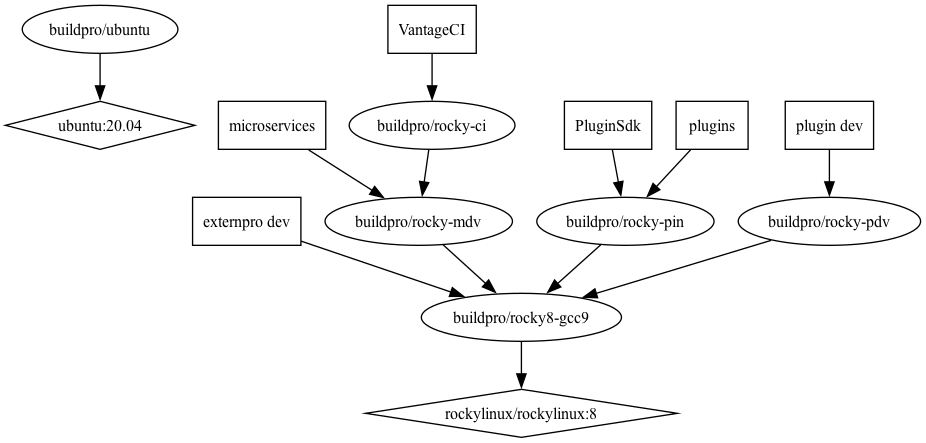
This is graph/graph.png from externpro/externpro, a Graphviz export, as it was before one commit. Its source is kept beside it as graph/graph.dot.
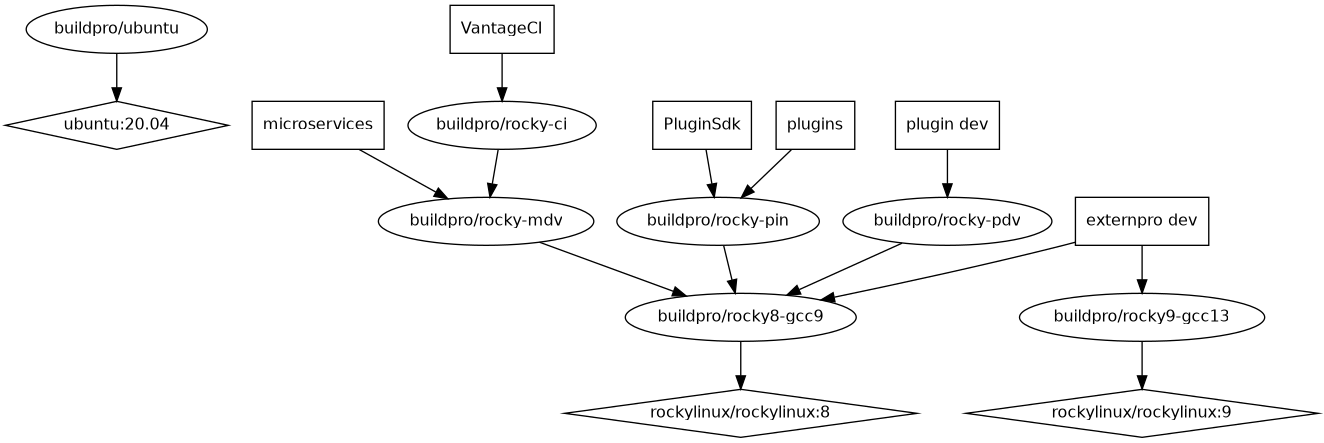
Later version of the same file.

Commit message:
graph: add rocky9-gcc13

based on rockylinux/rockylinux:9
issue https://github.com/externpro/externpro/issues/246
dot -Tpng -o graph.png graph.dot

What changed in the source:
```diff
@@ -2,6 +2,7 @@
   node [fontsize=12];
   "ubuntu:20.04" [shape=diamond];
   "rockylinux/rockylinux:8" [shape=diamond];
+  "rockylinux/rockylinux:9" [shape=diamond];
   "externpro dev" [shape=box];
   "PluginSdk" [shape=box];
   "plugins" [shape=box];
@@ -9,12 +10,14 @@
   "microservices" [shape=box];
   "VantageCI" [shape=box];
   "buildpro/rocky8-gcc9" -> "rockylinux/rockylinux:8";
+  "buildpro/rocky9-gcc13" -> "rockylinux/rockylinux:9";
   "buildpro/rocky-mdv" -> "buildpro/rocky8-gcc9";
   "buildpro/rocky-pin" -> "buildpro/rocky8-gcc9";
   "buildpro/rocky-pdv" -> "buildpro/rocky8-gcc9";
   "buildpro/rocky-ci" -> "buildpro/rocky-mdv";
   "buildpro/ubuntu" -> "ubuntu:20.04";
   "externpro dev" -> "buildpro/rocky8-gcc9";
+  "externpro dev" -> "buildpro/rocky9-gcc13";
   "PluginSdk" -> "buildpro/rocky-pin";
   "plugins" -> "buildpro/rocky-pin";
   "plugin dev" -> "buildpro/rocky-pdv";
```
